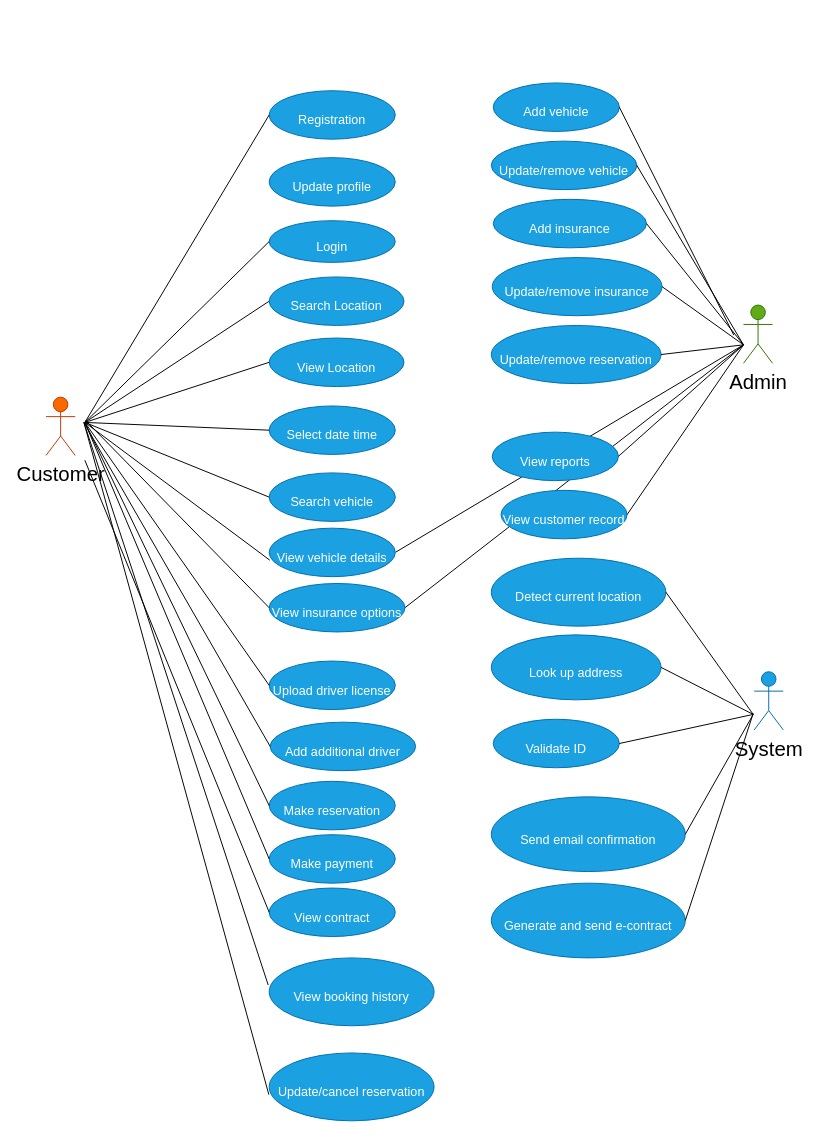
Before: page "Use case diagram" (3 of 5) of OnlineCarReservaction.drawio in nguyenha1311/ha-diagrams, a draw.io diagram. Source tidied: cells renumbered, new cells numbered last; positions are measured from the earlier drawing's top-left corner, leaving out a move shared by most shapes. Both pictures are drawn from the tidied source at 97%, with x=0, y=0 at pixel (46, 82).
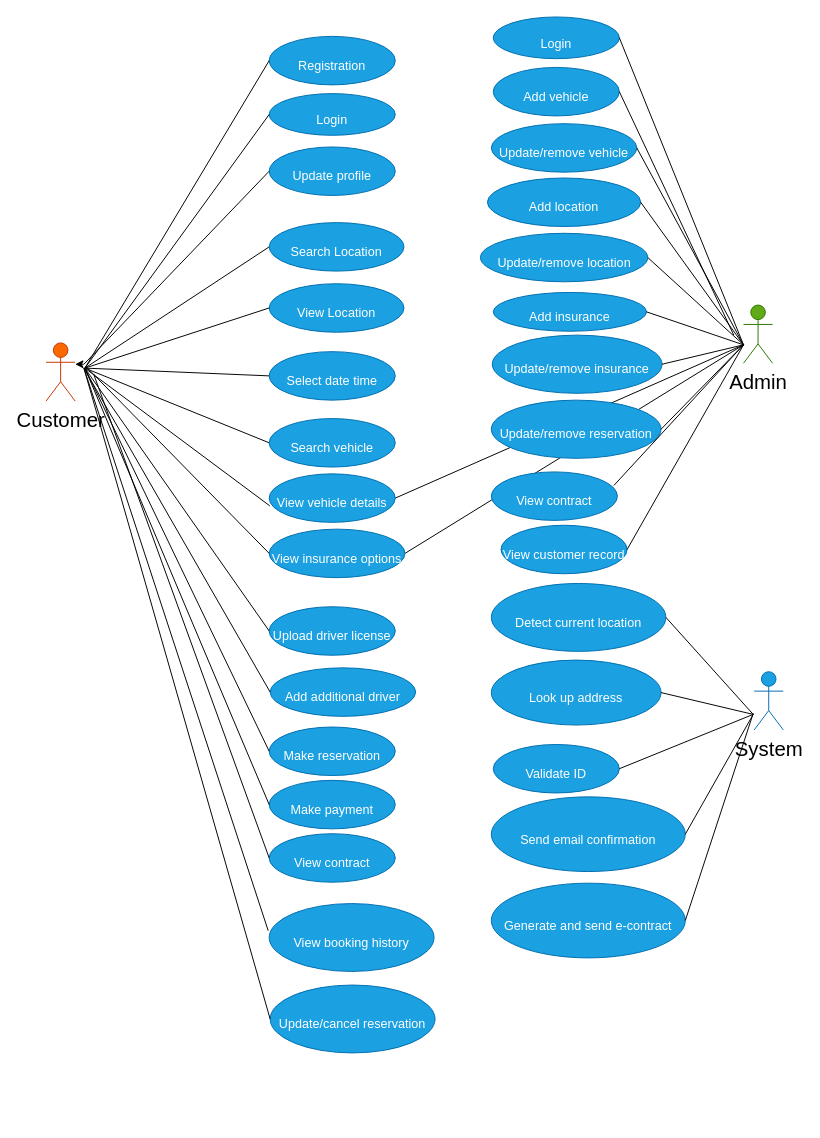
Above is the later version.

Diff of the diagram source:
```diff
@@
     <mxCell id="4" value="&lt;div style=&quot;&quot;&gt;&lt;span style=&quot;background-color: initial;&quot;&gt;&lt;font style=&quot;font-size: 13px;&quot;&gt;Registration&lt;/font&gt;&lt;/span&gt;&lt;/div&gt;" style="ellipse;whiteSpace=wrap;html=1;fontSize=29;fillColor=#1ba1e2;strokeColor=#006EAF;align=center;fontColor=#ffffff;" parent="1" vertex="1">
-      <mxGeometry x="230" y="8" width="130" height="50" as="geometry" />
+      <mxGeometry x="230" y="-48" width="130" height="50" as="geometry" />
     </mxCell>
     <mxCell id="5" value="&lt;div style=&quot;&quot;&gt;&lt;span style=&quot;background-color: initial;&quot;&gt;&lt;font style=&quot;font-size: 13px;&quot;&gt;Login&lt;/font&gt;&lt;/span&gt;&lt;/div&gt;" style="ellipse;whiteSpace=wrap;html=1;fontSize=29;fillColor=#1ba1e2;strokeColor=#006EAF;align=center;fontColor=#ffffff;" parent="1" vertex="1">
-      <mxGeometry x="230" y="142" width="130" height="43" as="geometry" />
+      <mxGeometry x="230" y="11" width="130" height="43" as="geometry" />
     </mxCell>
     <mxCell id="6" value="&lt;div style=&quot;&quot;&gt;&lt;span style=&quot;background-color: initial;&quot;&gt;&lt;font style=&quot;font-size: 13px;&quot;&gt;View Location&lt;/font&gt;&lt;/span&gt;&lt;/div&gt;" style="ellipse;whiteSpace=wrap;html=1;fontSize=29;fillColor=#1ba1e2;strokeColor=#006EAF;align=center;fontColor=#ffffff;" parent="1" vertex="1">
-      <mxGeometry x="230" y="263" width="139" height="50" as="geometry" />
+      <mxGeometry x="230" y="207" width="139" height="50" as="geometry" />
     </mxCell>
     <mxCell id="7" value="&lt;div style=&quot;&quot;&gt;&lt;span style=&quot;background-color: initial;&quot;&gt;&lt;font style=&quot;font-size: 13px;&quot;&gt;Update profile&lt;/font&gt;&lt;/span&gt;&lt;/div&gt;" style="ellipse;whiteSpace=wrap;html=1;fontSize=29;fillColor=#1ba1e2;strokeColor=#006EAF;align=center;fontColor=#ffffff;" parent="1" vertex="1">
-      <mxGeometry x="230" y="77" width="130" height="50" as="geometry" />
+      <mxGeometry x="230" y="66" width="130" height="50" as="geometry" />
     </mxCell>
     <mxCell id="8" value="&lt;div style=&quot;&quot;&gt;&lt;span style=&quot;background-color: initial;&quot;&gt;&lt;font style=&quot;font-size: 13px;&quot;&gt;Select date time&lt;/font&gt;&lt;/span&gt;&lt;/div&gt;" style="ellipse;whiteSpace=wrap;html=1;fontSize=29;fillColor=#1ba1e2;strokeColor=#006EAF;align=center;fontColor=#ffffff;" parent="1" vertex="1">
-      <mxGeometry x="230" y="333" width="130" height="50" as="geometry" />
+      <mxGeometry x="230" y="277" width="130" height="50" as="geometry" />
     </mxCell>
     <mxCell id="9" value="&lt;div style=&quot;&quot;&gt;&lt;span style=&quot;background-color: initial;&quot;&gt;&lt;font style=&quot;font-size: 13px;&quot;&gt;View vehicle details&lt;/font&gt;&lt;/span&gt;&lt;/div&gt;" style="ellipse;whiteSpace=wrap;html=1;fontSize=29;fillColor=#1ba1e2;strokeColor=#006EAF;align=center;fontColor=#ffffff;" parent="1" vertex="1">
-      <mxGeometry x="230" y="459" width="130" height="50" as="geometry" />
+      <mxGeometry x="230" y="403" width="130" height="50" as="geometry" />
     </mxCell>
     <mxCell id="10" value="&lt;div style=&quot;&quot;&gt;&lt;span style=&quot;background-color: initial;&quot;&gt;&lt;font style=&quot;font-size: 13px;&quot;&gt;View insurance options&lt;/font&gt;&lt;/span&gt;&lt;/div&gt;" style="ellipse;whiteSpace=wrap;html=1;fontSize=29;fillColor=#1ba1e2;strokeColor=#006EAF;align=center;fontColor=#ffffff;" parent="1" vertex="1">
-      <mxGeometry x="230" y="516" width="140" height="50" as="geometry" />
+      <mxGeometry x="230" y="460" width="140" height="50" as="geometry" />
     </mxCell>
     <mxCell id="11" value="&lt;div style=&quot;&quot;&gt;&lt;span style=&quot;background-color: initial;&quot;&gt;&lt;font style=&quot;font-size: 13px;&quot;&gt;Upload driver license&lt;/font&gt;&lt;/span&gt;&lt;/div&gt;" style="ellipse;whiteSpace=wrap;html=1;fontSize=29;fillColor=#1ba1e2;strokeColor=#006EAF;align=center;fontColor=#ffffff;" parent="1" vertex="1">
-      <mxGeometry x="230" y="596" width="130" height="50" as="geometry" />
+      <mxGeometry x="230" y="540" width="130" height="50" as="geometry" />
     </mxCell>
     <mxCell id="12" value="&lt;div style=&quot;&quot;&gt;&lt;span style=&quot;background-color: initial;&quot;&gt;&lt;font style=&quot;font-size: 13px;&quot;&gt;Make reservation&lt;/font&gt;&lt;/span&gt;&lt;/div&gt;" style="ellipse;whiteSpace=wrap;html=1;fontSize=29;fillColor=#1ba1e2;strokeColor=#006EAF;align=center;fontColor=#ffffff;" parent="1" vertex="1">
-      <mxGeometry x="230" y="720" width="130" height="50" as="geometry" />
+      <mxGeometry x="230" y="664" width="130" height="50" as="geometry" />
     </mxCell>
     <mxCell id="13" value="&lt;div style=&quot;&quot;&gt;&lt;span style=&quot;background-color: initial;&quot;&gt;&lt;font style=&quot;font-size: 13px;&quot;&gt;Make payment&lt;/font&gt;&lt;/span&gt;&lt;/div&gt;" style="ellipse;whiteSpace=wrap;html=1;fontSize=29;fillColor=#1ba1e2;strokeColor=#006EAF;align=center;fontColor=#ffffff;" parent="1" vertex="1">
-      <mxGeometry x="230" y="775" width="130" height="50" as="geometry" />
+      <mxGeometry x="230" y="719" width="130" height="50" as="geometry" />
     </mxCell>
     <mxCell id="14" value="&lt;div style=&quot;&quot;&gt;&lt;span style=&quot;background-color: initial;&quot;&gt;&lt;font style=&quot;font-size: 13px;&quot;&gt;View contract&lt;/font&gt;&lt;/span&gt;&lt;/div&gt;" style="ellipse;whiteSpace=wrap;html=1;fontSize=29;fillColor=#1ba1e2;strokeColor=#006EAF;align=center;fontColor=#ffffff;" parent="1" vertex="1">
-      <mxGeometry x="230" y="830" width="130" height="50" as="geometry" />
+      <mxGeometry x="230" y="774" width="130" height="50" as="geometry" />
     </mxCell>
     <mxCell id="15" value="&lt;div style=&quot;&quot;&gt;&lt;span style=&quot;background-color: initial;&quot;&gt;&lt;font style=&quot;font-size: 13px;&quot;&gt;View booking history&lt;/font&gt;&lt;/span&gt;&lt;/div&gt;" style="ellipse;whiteSpace=wrap;html=1;fontSize=29;fillColor=#1ba1e2;strokeColor=#006EAF;align=center;fontColor=#ffffff;" parent="1" vertex="1">
-      <mxGeometry x="230" y="902" width="170" height="70" as="geometry" />
+      <mxGeometry x="230" y="846" width="170" height="70" as="geometry" />
     </mxCell>
     <mxCell id="16" value="&lt;div style=&quot;&quot;&gt;&lt;span style=&quot;background-color: initial;&quot;&gt;&lt;font style=&quot;font-size: 13px;&quot;&gt;Update/cancel reservation&lt;/font&gt;&lt;/span&gt;&lt;/div&gt;" style="ellipse;whiteSpace=wrap;html=1;fontSize=29;fillColor=#1ba1e2;strokeColor=#006EAF;align=center;fontColor=#ffffff;" parent="1" vertex="1">
-      <mxGeometry x="230" y="1000" width="170" height="70" as="geometry" />
+      <mxGeometry x="231" y="930" width="170" height="70" as="geometry" />
     </mxCell>
     <mxCell id="17" value="&lt;div style=&quot;&quot;&gt;&lt;span style=&quot;background-color: initial;&quot;&gt;&lt;font style=&quot;font-size: 13px;&quot;&gt;Add vehicle&lt;/font&gt;&lt;/span&gt;&lt;/div&gt;" style="ellipse;whiteSpace=wrap;html=1;fontSize=29;fillColor=#1ba1e2;strokeColor=#006EAF;align=center;fontColor=#ffffff;" parent="1" vertex="1">
-      <mxGeometry x="461" width="130" height="50" as="geometry" />
+      <mxGeometry x="461" y="-16" width="130" height="50" as="geometry" />
     </mxCell>
     <mxCell id="18" value="&lt;div style=&quot;&quot;&gt;&lt;span style=&quot;background-color: initial;&quot;&gt;&lt;font style=&quot;font-size: 13px;&quot;&gt;Update/remove vehicle&lt;/font&gt;&lt;/span&gt;&lt;/div&gt;" style="ellipse;whiteSpace=wrap;html=1;fontSize=29;fillColor=#1ba1e2;strokeColor=#006EAF;align=center;fontColor=#ffffff;" parent="1" vertex="1">
-      <mxGeometry x="459" y="60" width="150" height="50" as="geometry" />
+      <mxGeometry x="459" y="42" width="150" height="50" as="geometry" />
     </mxCell>
-    <mxCell id="19" value="&lt;div style=&quot;&quot;&gt;&lt;span style=&quot;background-color: initial;&quot;&gt;&lt;font style=&quot;font-size: 13px;&quot;&gt;View reports&lt;/font&gt;&lt;/span&gt;&lt;/div&gt;" style="ellipse;whiteSpace=wrap;html=1;fontSize=29;fillColor=#1ba1e2;strokeColor=#006EAF;align=center;fontColor=#ffffff;" parent="1" vertex="1">
-      <mxGeometry x="460" y="360" width="130" height="50" as="geometry" />
-    </mxCell>
     <mxCell id="20" value="&lt;div style=&quot;&quot;&gt;&lt;span style=&quot;background-color: initial;&quot;&gt;&lt;font style=&quot;font-size: 13px;&quot;&gt;Add insurance&lt;/font&gt;&lt;/span&gt;&lt;/div&gt;" style="ellipse;whiteSpace=wrap;html=1;fontSize=29;fillColor=#1ba1e2;strokeColor=#006EAF;align=center;fontColor=#ffffff;" parent="1" vertex="1">
-      <mxGeometry x="461" y="120" width="158" height="50" as="geometry" />
+      <mxGeometry x="461" y="216" width="158" height="40" as="geometry" />
     </mxCell>
     <mxCell id="21" value="&lt;div style=&quot;&quot;&gt;&lt;span style=&quot;background-color: initial;&quot;&gt;&lt;font style=&quot;font-size: 13px;&quot;&gt;Update/remove insurance&lt;/font&gt;&lt;/span&gt;&lt;/div&gt;" style="ellipse;whiteSpace=wrap;html=1;fontSize=29;fillColor=#1ba1e2;strokeColor=#006EAF;align=center;fontColor=#ffffff;" parent="1" vertex="1">
-      <mxGeometry x="460" y="180" width="175" height="60" as="geometry" />
+      <mxGeometry x="460" y="260" width="175" height="60" as="geometry" />
     </mxCell>
     <mxCell id="22" value="&lt;div style=&quot;&quot;&gt;&lt;span style=&quot;background-color: initial;&quot;&gt;&lt;font style=&quot;font-size: 13px;&quot;&gt;Validate ID&lt;/font&gt;&lt;/span&gt;&lt;/div&gt;" style="ellipse;whiteSpace=wrap;html=1;fontSize=29;fillColor=#1ba1e2;strokeColor=#006EAF;align=center;fontColor=#ffffff;" parent="1" vertex="1">
-      <mxGeometry x="461" y="656" width="130" height="50" as="geometry" />
+      <mxGeometry x="461" y="682" width="130" height="50" as="geometry" />
     </mxCell>
     <mxCell id="23" value="&lt;div style=&quot;&quot;&gt;&lt;span style=&quot;background-color: initial;&quot;&gt;&lt;font style=&quot;font-size: 13px;&quot;&gt;Detect current location&lt;/font&gt;&lt;/span&gt;&lt;/div&gt;" style="ellipse;whiteSpace=wrap;html=1;fontSize=29;fillColor=#1ba1e2;strokeColor=#006EAF;align=center;fontColor=#ffffff;" parent="1" vertex="1">
-      <mxGeometry x="459" y="490" width="180" height="70" as="geometry" />
+      <mxGeometry x="459" y="516" width="180" height="70" as="geometry" />
     </mxCell>
@@
     <mxCell id="25" value="&lt;div style=&quot;&quot;&gt;&lt;span style=&quot;background-color: initial;&quot;&gt;&lt;font style=&quot;font-size: 13px;&quot;&gt;Look up address&lt;/font&gt;&lt;/span&gt;&lt;/div&gt;" style="ellipse;whiteSpace=wrap;html=1;fontSize=29;fillColor=#1ba1e2;strokeColor=#006EAF;align=center;fontColor=#ffffff;" parent="1" vertex="1">
-      <mxGeometry x="459" y="569" width="175" height="67" as="geometry" />
+      <mxGeometry x="459" y="595" width="175" height="67" as="geometry" />
     </mxCell>
+    <mxCell id="62" style="edgeStyle=elbowEdgeStyle;rounded=0;jettySize=auto;elbow=vertical;html=1;labelBackgroundColor=#FFCC99;startArrow=classic;startFill=1;endArrow=none;endFill=0;" parent="1" edge="1" source="26">
+      <mxGeometry relative="1" as="geometry">
+        <mxPoint x="39" y="290" as="targetPoint" />
+      </mxGeometry>
+    </mxCell>
     <mxCell id="26" value="&lt;font style=&quot;font-size: 21px;&quot;&gt;Customer&lt;/font&gt;" style="shape=umlActor;verticalLabelPosition=bottom;verticalAlign=top;html=1;outlineConnect=0;fontSize=13;fillColor=#fa6800;strokeColor=#C73500;fontColor=#000000;" parent="1" vertex="1">
-      <mxGeometry y="324" width="30" height="60" as="geometry" />
+      <mxGeometry y="268" width="30" height="60" as="geometry" />
     </mxCell>
@@
     <mxCell id="29" style="endArrow=none;html=1;rounded=0;fontSize=21;fontColor=#000000;entryX=0;entryY=0.5;entryDx=0;entryDy=0;" parent="1" edge="1" target="14">
       <mxGeometry relative="1" as="geometry">
-        <mxPoint x="40" y="389" as="sourcePoint" />
+        <mxPoint x="49" y="300" as="sourcePoint" />
       </mxGeometry>
     </mxCell>
     <mxCell id="30" style="endArrow=none;html=1;rounded=0;fontSize=21;fontColor=#000000;entryX=0;entryY=0.5;entryDx=0;entryDy=0;" parent="1" edge="1" target="11">
       <mxGeometry relative="1" as="geometry">
-        <mxPoint x="40" y="350" as="sourcePoint" />
+        <mxPoint x="40" y="294" as="sourcePoint" />
       </mxGeometry>
     </mxCell>
     <mxCell id="31" style="endArrow=none;html=1;rounded=0;fontSize=21;fontColor=#000000;entryX=0;entryY=0.5;entryDx=0;entryDy=0;" parent="1" edge="1" target="13">
       <mxGeometry relative="1" as="geometry">
-        <mxPoint x="40" y="350" as="sourcePoint" />
+        <mxPoint x="40" y="294" as="sourcePoint" />
       </mxGeometry>
     </mxCell>
     <mxCell id="32" style="endArrow=none;html=1;rounded=0;fontSize=21;fontColor=#000000;entryX=0;entryY=0.5;entryDx=0;entryDy=0;" parent="1" edge="1" target="54">
       <mxGeometry relative="1" as="geometry">
-        <mxPoint x="40" y="350" as="sourcePoint" />
+        <mxPoint x="40" y="294" as="sourcePoint" />
       </mxGeometry>
     </mxCell>
     <mxCell id="33" style="endArrow=none;html=1;rounded=0;fontSize=21;fontColor=#000000;entryX=0;entryY=0.5;entryDx=0;entryDy=0;" parent="1" edge="1" target="12">
       <mxGeometry relative="1" as="geometry">
-        <mxPoint x="40" y="350" as="sourcePoint" />
+        <mxPoint x="40" y="294" as="sourcePoint" />
       </mxGeometry>
     </mxCell>
     <mxCell id="34" style="endArrow=none;html=1;rounded=0;fontSize=21;fontColor=#000000;entryX=0;entryY=0.5;entryDx=0;entryDy=0;exitX=0.689;exitY=0.8;exitDx=0;exitDy=0;exitPerimeter=0;" parent="1" edge="1" target="10">
       <mxGeometry relative="1" as="geometry">
-        <mxPoint x="40.7" y="348" as="sourcePoint" />
+        <mxPoint x="40.7" y="292" as="sourcePoint" />
       </mxGeometry>
     </mxCell>
     <mxCell id="35" style="endArrow=none;html=1;rounded=0;fontSize=21;fontColor=#000000;entryX=0.005;entryY=0.66;entryDx=0;entryDy=0;entryPerimeter=0;" parent="1" edge="1" target="9">
       <mxGeometry relative="1" as="geometry">
-        <mxPoint x="40" y="350" as="sourcePoint" />
+        <mxPoint x="40" y="294" as="sourcePoint" />
       </mxGeometry>
     </mxCell>
     <mxCell id="36" style="endArrow=none;html=1;rounded=0;fontSize=21;fontColor=#000000;entryX=0;entryY=0.5;entryDx=0;entryDy=0;" parent="1" edge="1" target="8">
       <mxGeometry relative="1" as="geometry">
-        <mxPoint x="40" y="350" as="sourcePoint" />
+        <mxPoint x="40" y="294" as="sourcePoint" />
       </mxGeometry>
     </mxCell>
     <mxCell id="37" style="endArrow=none;html=1;rounded=0;fontSize=21;fontColor=#000000;entryX=0;entryY=0.5;entryDx=0;entryDy=0;" parent="1" edge="1" target="6">
       <mxGeometry relative="1" as="geometry">
-        <mxPoint x="40" y="350" as="sourcePoint" />
+        <mxPoint x="40" y="294" as="sourcePoint" />
       </mxGeometry>
     </mxCell>
     <mxCell id="38" style="endArrow=none;html=1;rounded=0;fontSize=21;fontColor=#000000;entryX=0;entryY=0.5;entryDx=0;entryDy=0;" parent="1" edge="1" target="5">
       <mxGeometry relative="1" as="geometry">
-        <mxPoint x="40" y="350" as="sourcePoint" />
+        <mxPoint x="40" y="294" as="sourcePoint" />
       </mxGeometry>
     </mxCell>
     <mxCell id="39" style="endArrow=none;html=1;rounded=0;fontSize=21;fontColor=#000000;entryX=0;entryY=0.5;entryDx=0;entryDy=0;" parent="1" edge="1" target="55">
       <mxGeometry relative="1" as="geometry">
-        <mxPoint x="40" y="350" as="sourcePoint" />
+        <mxPoint x="40" y="294" as="sourcePoint" />
       </mxGeometry>
     </mxCell>
     <mxCell id="40" style="endArrow=none;html=1;rounded=0;fontSize=21;fontColor=#000000;entryX=0;entryY=0.5;entryDx=0;entryDy=0;" parent="1" edge="1" target="4">
       <mxGeometry relative="1" as="geometry">
-        <mxPoint x="40" y="350" as="sourcePoint" />
+        <mxPoint x="40" y="294" as="sourcePoint" />
       </mxGeometry>
     </mxCell>
@@
-    <mxCell id="45" style="endArrow=none;html=1;rounded=0;fontSize=21;fontColor=#000000;entryX=1;entryY=0.5;entryDx=0;entryDy=0;" parent="1" edge="1" target="19">
-      <mxGeometry relative="1" as="geometry">
-        <mxPoint x="719" y="270" as="sourcePoint" />
-      </mxGeometry>
-    </mxCell>
@@
     <mxCell id="50" style="endArrow=none;html=1;rounded=0;fontSize=21;fontColor=#000000;" parent="1" edge="1">
       <mxGeometry relative="1" as="geometry">
-        <mxPoint x="39" y="350" as="sourcePoint" />
-        <mxPoint x="229" y="930" as="targetPoint" />
+        <mxPoint x="39" y="294" as="sourcePoint" />
+        <mxPoint x="229" y="874" as="targetPoint" />
       </mxGeometry>
     </mxCell>
-    <mxCell id="51" style="endArrow=none;html=1;rounded=0;fontSize=21;fontColor=#000000;entryX=-0.002;entryY=0.614;entryDx=0;entryDy=0;entryPerimeter=0;" parent="1" edge="1" target="16">
+    <mxCell id="51" style="endArrow=none;html=1;rounded=0;fontSize=21;fontColor=#000000;entryX=0;entryY=0.5;entryDx=0;entryDy=0;" parent="1" edge="1" target="16">
       <mxGeometry relative="1" as="geometry">
-        <mxPoint x="39" y="350" as="sourcePoint" />
+        <mxPoint x="39" y="294" as="sourcePoint" />
       </mxGeometry>
     </mxCell>
     <mxCell id="52" value="&lt;div style=&quot;&quot;&gt;&lt;span style=&quot;background-color: initial;&quot;&gt;&lt;font style=&quot;font-size: 13px;&quot;&gt;View customer record&lt;/font&gt;&lt;/span&gt;&lt;/div&gt;" style="ellipse;whiteSpace=wrap;html=1;fontSize=29;fillColor=#1ba1e2;strokeColor=#006EAF;align=center;fontColor=#ffffff;" parent="1" vertex="1">
-      <mxGeometry x="469" y="420" width="130" height="50" as="geometry" />
+      <mxGeometry x="469" y="456" width="130" height="50" as="geometry" />
     </mxCell>
@@
     <mxCell id="54" value="&lt;div style=&quot;&quot;&gt;&lt;span style=&quot;background-color: initial;&quot;&gt;&lt;font style=&quot;font-size: 13px;&quot;&gt;Search vehicle&lt;/font&gt;&lt;/span&gt;&lt;/div&gt;" style="ellipse;whiteSpace=wrap;html=1;fontSize=29;fillColor=#1ba1e2;strokeColor=#006EAF;align=center;fontColor=#ffffff;" parent="1" vertex="1">
-      <mxGeometry x="230" y="402" width="130" height="50" as="geometry" />
+      <mxGeometry x="230" y="346" width="130" height="50" as="geometry" />
     </mxCell>
     <mxCell id="55" value="&lt;div style=&quot;&quot;&gt;&lt;span style=&quot;background-color: initial;&quot;&gt;&lt;font style=&quot;font-size: 13px;&quot;&gt;Search Location&lt;/font&gt;&lt;/span&gt;&lt;/div&gt;" style="ellipse;whiteSpace=wrap;html=1;fontSize=29;fillColor=#1ba1e2;strokeColor=#006EAF;align=center;fontColor=#ffffff;" parent="1" vertex="1">
-      <mxGeometry x="230" y="200" width="139" height="50" as="geometry" />
+      <mxGeometry x="230" y="144" width="139" height="50" as="geometry" />
     </mxCell>
@@
     <mxCell id="58" value="&lt;div style=&quot;&quot;&gt;&lt;span style=&quot;background-color: initial;&quot;&gt;&lt;font style=&quot;font-size: 13px;&quot;&gt;Add additional driver&lt;/font&gt;&lt;/span&gt;&lt;/div&gt;" style="ellipse;whiteSpace=wrap;html=1;fontSize=29;fillColor=#1ba1e2;strokeColor=#006EAF;align=center;fontColor=#ffffff;" parent="1" vertex="1">
-      <mxGeometry x="231" y="659" width="150" height="50" as="geometry" />
+      <mxGeometry x="231" y="603" width="150" height="50" as="geometry" />
     </mxCell>
     <mxCell id="59" style="endArrow=none;html=1;rounded=0;fontSize=21;fontColor=#000000;entryX=0;entryY=0.5;entryDx=0;entryDy=0;" parent="1" edge="1" target="58">
       <mxGeometry relative="1" as="geometry">
-        <mxPoint x="39" y="350" as="sourcePoint" />
+        <mxPoint x="39" y="294" as="sourcePoint" />
       </mxGeometry>
     </mxCell>
     <mxCell id="60" value="&lt;div style=&quot;&quot;&gt;&lt;span style=&quot;background-color: initial;&quot;&gt;&lt;font style=&quot;font-size: 13px;&quot;&gt;Update/remove reservation&lt;/font&gt;&lt;/span&gt;&lt;/div&gt;" style="ellipse;whiteSpace=wrap;html=1;fontSize=29;fillColor=#1ba1e2;strokeColor=#006EAF;align=center;fontColor=#ffffff;" parent="1" vertex="1">
-      <mxGeometry x="459" y="250" width="175" height="60" as="geometry" />
+      <mxGeometry x="459" y="327" width="175" height="60" as="geometry" />
     </mxCell>
@@
+    <mxCell id="63" value="&lt;div style=&quot;&quot;&gt;&lt;span style=&quot;background-color: initial;&quot;&gt;&lt;font style=&quot;font-size: 13px;&quot;&gt;View contract&lt;/font&gt;&lt;/span&gt;&lt;/div&gt;" style="ellipse;whiteSpace=wrap;html=1;fontSize=29;fillColor=#1ba1e2;strokeColor=#006EAF;align=center;fontColor=#ffffff;" parent="1" vertex="1">
+      <mxGeometry x="459" y="401" width="130" height="50" as="geometry" />
+    </mxCell>
+    <mxCell id="64" style="endArrow=none;html=1;rounded=0;fontSize=21;fontColor=#000000;exitX=0.972;exitY=0.28;exitDx=0;exitDy=0;exitPerimeter=0;" parent="1" edge="1" source="63">
+      <mxGeometry relative="1" as="geometry">
+        <mxPoint x="719" y="270" as="targetPoint" />
+      </mxGeometry>
+    </mxCell>
+    <mxCell id="65" value="&lt;div style=&quot;&quot;&gt;&lt;span style=&quot;background-color: initial;&quot;&gt;&lt;font style=&quot;font-size: 13px;&quot;&gt;Login&lt;/font&gt;&lt;/span&gt;&lt;/div&gt;" style="ellipse;whiteSpace=wrap;html=1;fontSize=29;fillColor=#1ba1e2;strokeColor=#006EAF;align=center;fontColor=#ffffff;" parent="1" vertex="1">
+      <mxGeometry x="461" y="-68" width="130" height="43" as="geometry" />
+    </mxCell>
+    <mxCell id="66" style="endArrow=none;html=1;rounded=0;fontSize=21;fontColor=#000000;entryX=1;entryY=0.5;entryDx=0;entryDy=0;" parent="1" edge="1" target="65">
+      <mxGeometry relative="1" as="geometry">
+        <mxPoint x="719" y="270" as="sourcePoint" />
+      </mxGeometry>
+    </mxCell>
+    <mxCell id="67" value="&lt;div style=&quot;&quot;&gt;&lt;span style=&quot;background-color: initial;&quot;&gt;&lt;font style=&quot;font-size: 13px;&quot;&gt;Update/remove location&lt;/font&gt;&lt;/span&gt;&lt;/div&gt;" style="ellipse;whiteSpace=wrap;html=1;fontSize=29;fillColor=#1ba1e2;strokeColor=#006EAF;align=center;fontColor=#ffffff;" parent="1" vertex="1">
+      <mxGeometry x="447.8" y="155" width="172.5" height="50" as="geometry" />
+    </mxCell>
+    <mxCell id="68" value="&lt;div style=&quot;&quot;&gt;&lt;span style=&quot;background-color: initial;&quot;&gt;&lt;font style=&quot;font-size: 13px;&quot;&gt;Add location&lt;/font&gt;&lt;/span&gt;&lt;/div&gt;" style="ellipse;whiteSpace=wrap;html=1;fontSize=29;fillColor=#1ba1e2;strokeColor=#006EAF;align=center;fontColor=#ffffff;" parent="1" vertex="1">
+      <mxGeometry x="455" y="98" width="158" height="50" as="geometry" />
+    </mxCell>
+    <mxCell id="69" style="endArrow=none;html=1;rounded=0;fontSize=21;fontColor=#000000;entryX=1;entryY=0.5;entryDx=0;entryDy=0;" parent="1" edge="1" target="67">
+      <mxGeometry relative="1" as="geometry">
+        <mxPoint x="719" y="270" as="sourcePoint" />
+      </mxGeometry>
+    </mxCell>
+    <mxCell id="70" style="endArrow=none;html=1;rounded=0;fontSize=21;fontColor=#000000;entryX=1;entryY=0.5;entryDx=0;entryDy=0;" parent="1" edge="1" target="68">
+      <mxGeometry relative="1" as="geometry">
+        <mxPoint x="719" y="270" as="sourcePoint" />
+      </mxGeometry>
+    </mxCell>
+    <mxCell id="71" style="endArrow=none;html=1;rounded=0;fontSize=21;fontColor=#000000;entryX=0;entryY=0.5;entryDx=0;entryDy=0;" parent="1" edge="1" target="7">
+      <mxGeometry relative="1" as="geometry">
+        <mxPoint x="39" y="290" as="sourcePoint" />
+      </mxGeometry>
+    </mxCell>
```
